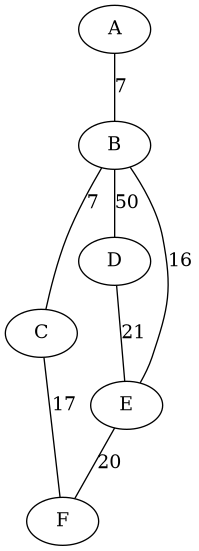
Above: graph.png in Johanx22x/DS-Project-2 (Graphviz), before the change. Its source is kept beside it as graph.dot.
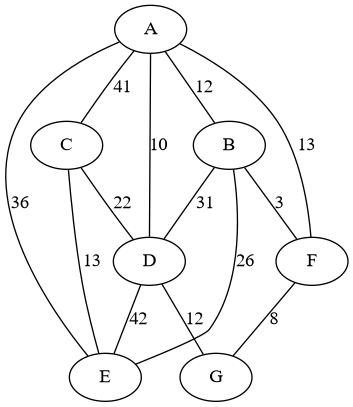
The same diagram one commit later.

The edit, as a diff of the source:
```diff
@@ -1,9 +1,15 @@
 graph A {
-	"A" -- "B" [label=7]
-	"B" -- "C" [label=7]
-	"B" -- "D" [label=50]
-	"B" -- "E" [label=16]
-	"C" -- "F" [label=17]
-	"D" -- "E" [label=21]
-	"E" -- "F" [label=20]
+	"A" -- "E" [label=36]
+	"A" -- "B" [label=12]
+	"A" -- "C" [label=41]
+	"A" -- "D" [label=10]
+	"A" -- "F" [label=13]
+	"B" -- "D" [label=31]
+	"B" -- "E" [label=26]
+	"B" -- "F" [label=3]
+	"C" -- "E" [label=13]
+	"C" -- "D" [label=22]
+	"D" -- "G" [label=12]
+	"D" -- "E" [label=42]
+	"F" -- "G" [label=8]
 }
```
